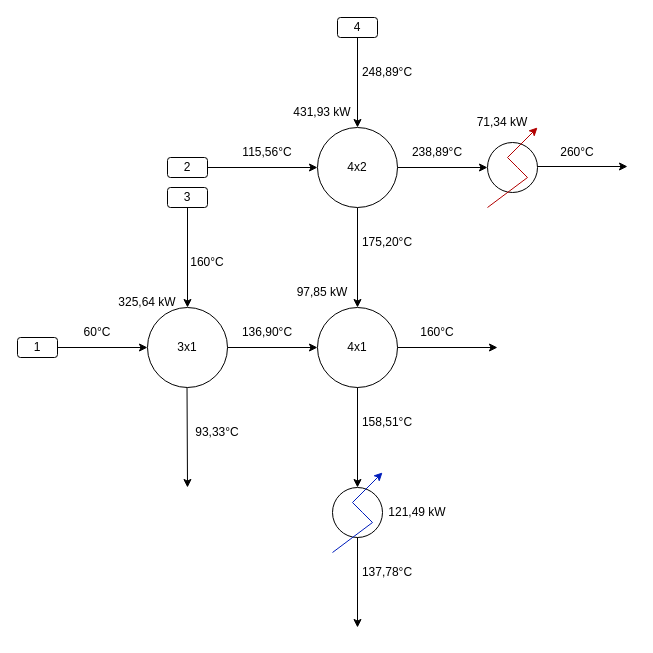
Above: CasoI-RPS.drawio in igcampos/Mestrado (draw.io), before the change. Source tidied: cells renumbered, new cells numbered last; positions are measured from the earlier drawing's top-left corner, leaving out a move shared by most shapes. Both pictures are drawn from the tidied source at 100%, with x=0, y=0 at pixel (17, 17).
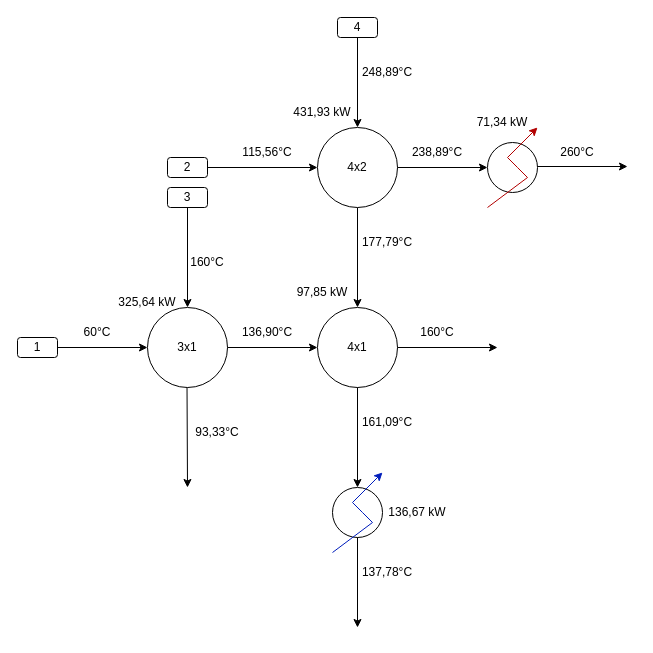
After the change.

What changed in the source:
```diff
@@
-    <mxCell id="27" value="175,20°C" style="text;html=1;strokeColor=none;fillColor=none;align=center;verticalAlign=middle;whiteSpace=wrap;rounded=0;" parent="1" vertex="1">
+    <mxCell id="27" value="177,79°C" style="text;html=1;strokeColor=none;fillColor=none;align=center;verticalAlign=middle;whiteSpace=wrap;rounded=0;" parent="1" vertex="1">
       <mxGeometry x="340" y="210" width="60" height="30" as="geometry" />
     </mxCell>
@@
-    <mxCell id="29" value="158,51°C" style="text;html=1;strokeColor=none;fillColor=none;align=center;verticalAlign=middle;whiteSpace=wrap;rounded=0;" parent="1" vertex="1">
+    <mxCell id="29" value="161,09°C" style="text;html=1;strokeColor=none;fillColor=none;align=center;verticalAlign=middle;whiteSpace=wrap;rounded=0;" parent="1" vertex="1">
       <mxGeometry x="340" y="390" width="60" height="30" as="geometry" />
     </mxCell>
@@
-    <mxCell id="40" value="121,49 kW" style="text;html=1;strokeColor=none;fillColor=none;align=center;verticalAlign=middle;whiteSpace=wrap;rounded=0;" parent="1" vertex="1">
+    <mxCell id="40" value="136,67 kW" style="text;html=1;strokeColor=none;fillColor=none;align=center;verticalAlign=middle;whiteSpace=wrap;rounded=0;" parent="1" vertex="1">
       <mxGeometry x="365" y="480" width="70" height="30" as="geometry" />
     </mxCell>
```
